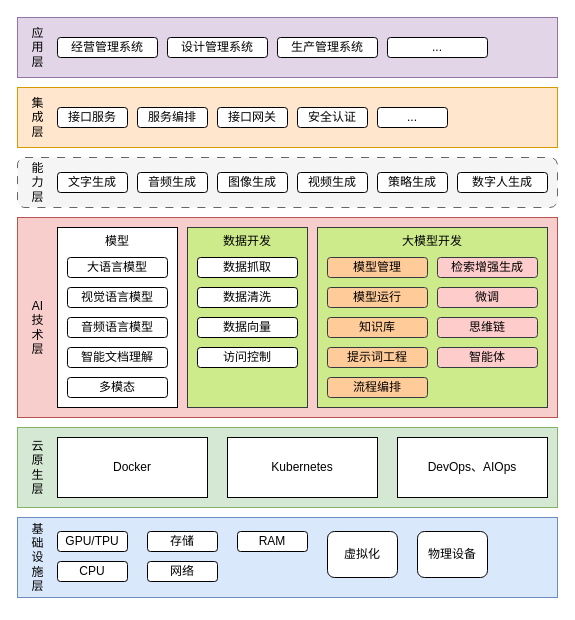
The draw.io diagram page "第 1 页" (1 of 2) of 大语言模型技术架构.drawio in blackdreamzg/bak, before the edit. Source tidied: cells renumbered, new cells numbered last; positions are measured from the earlier drawing's top-left corner, leaving out a move shared by most shapes. Both pictures are drawn from the tidied source at 100%, with x=0, y=0 at pixel (17, 17).
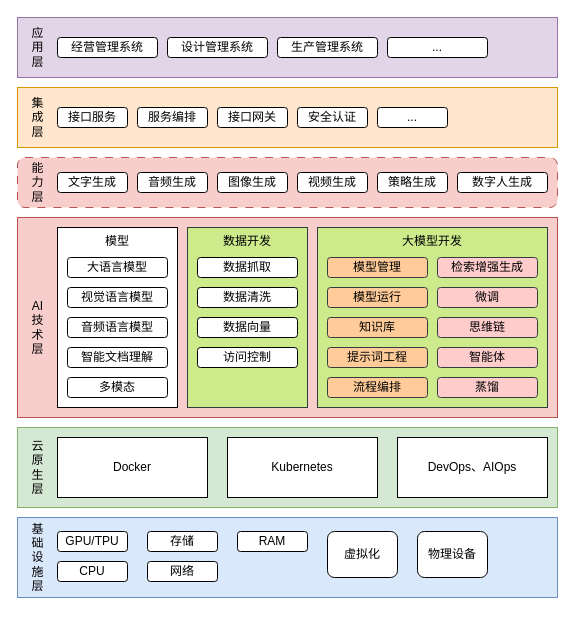
After the change.

Commit message:
更新大语言模型技术架构.drawio

Unchanged cells that the change refers to:
```xml
<mxCell id="2" style="group;" parent="1" vertex="1">
  <mxGeometry width="540" height="585" as="geometry" />
</mxCell>
```

Diff of the diagram source:
```diff
@@
-    <mxCell id="33" style="rounded=1;whiteSpace=wrap;html=1;dashed=1;dashPattern=8 8;fillColor=#f5f5f5;fontColor=#333333;strokeColor=#666666;" parent="2" vertex="1">
+    <mxCell id="33" style="rounded=1;whiteSpace=wrap;html=1;dashed=1;dashPattern=8 8;fillColor=#f8cecc;strokeColor=#b85450;" parent="2" vertex="1">
       <mxGeometry y="140" width="540" height="50" as="geometry" />
     </mxCell>
@@
+    <mxCell id="61" value="蒸馏" style="rounded=1;whiteSpace=wrap;html=1;fillColor=#ffcccc;strokeColor=#36393d;" parent="2" vertex="1">
+      <mxGeometry x="420" y="360" width="100" height="20" as="geometry" />
+    </mxCell>
```
